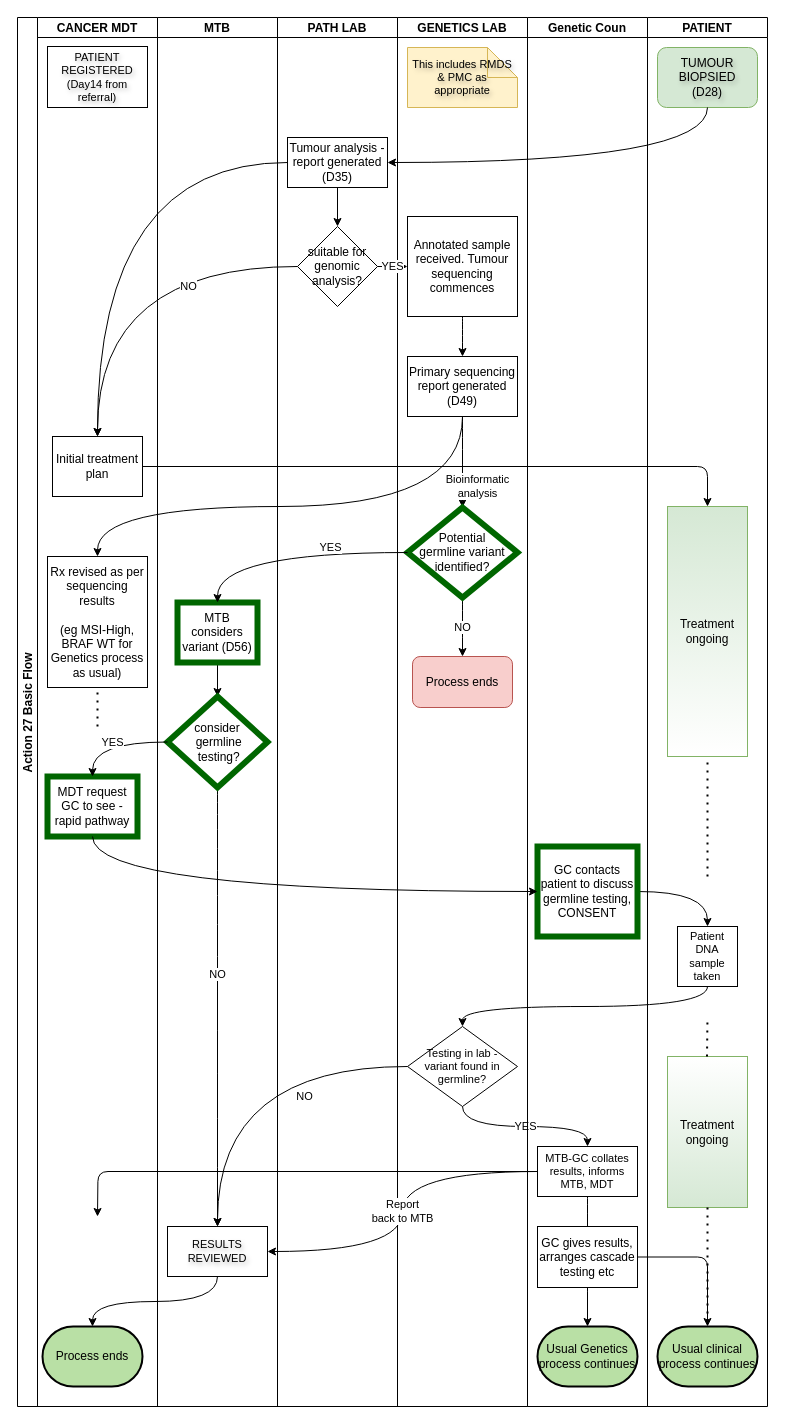
This is page "Page-2" (2 of 3) of BasicCancerFlow_Phase1.drawio from mckeelab/cancerflow, a draw.io file, before an edit. Source tidied: cells renumbered, new cells numbered last; positions are measured from the earlier drawing's top-left corner, leaving out a move shared by most shapes. Both pictures are drawn from the tidied source at 100%, with x=0, y=0 at pixel (17, 17).
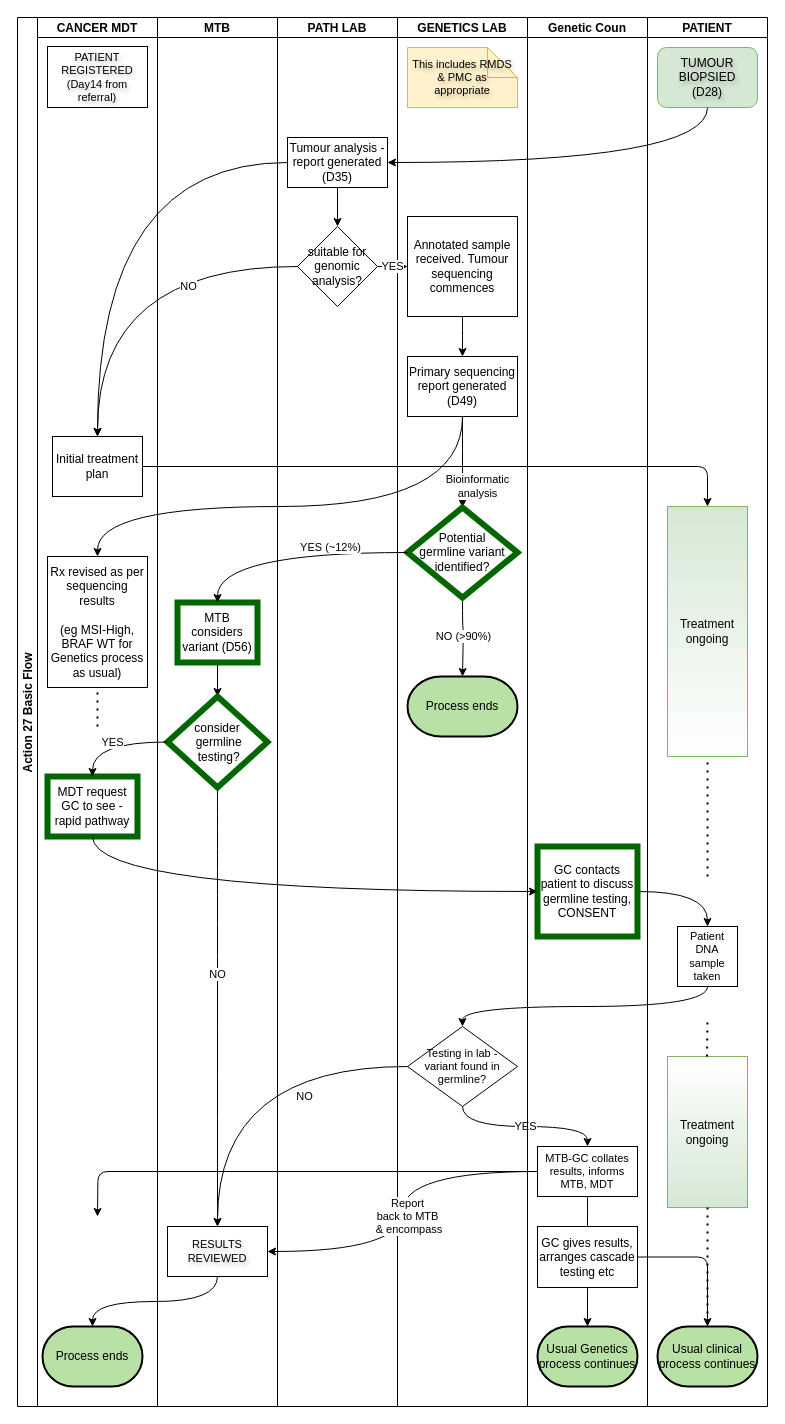
Above is the later version.

The change refers to these unchanged cells:
```xml
<mxCell id="11" value="MTB considers variant (D56)" style="rounded=0;whiteSpace=wrap;html=1;strokeColor=#006600;strokeWidth=6;align=center;verticalAlign=middle;fontFamily=Helvetica;fontSize=12;fontColor=default;fillColor=default;" parent="9" vertex="1">
  <mxGeometry x="20" y="585" width="80" height="60" as="geometry" />
</mxCell>
<mxCell id="14" value="RESULTS REVIEWED" style="rounded=0;whiteSpace=wrap;html=1;fontFamily=Helvetica;fontSize=11;labelBackgroundColor=none;textShadow=1;" parent="9" vertex="1">
  <mxGeometry x="10" y="1209" width="100" height="50" as="geometry" />
</mxCell>
<mxCell id="23" value="GENETICS LAB" style="swimlane;startSize=20;" parent="1" vertex="1">
  <mxGeometry x="380" width="130" height="1389" as="geometry" />
</mxCell>
<mxCell id="28" value="Potential &lt;br&gt;germline variant identified?" style="rhombus;whiteSpace=wrap;html=1;rounded=0;strokeColor=#006600;strokeWidth=6;align=center;verticalAlign=middle;fontFamily=Helvetica;fontSize=12;fontColor=default;fillColor=default;" parent="23" vertex="1">
  <mxGeometry x="10" y="490" width="110" height="90" as="geometry" />
</mxCell>
<mxCell id="51" value="MTB-GC collates results, informs MTB, MDT" style="rounded=0;whiteSpace=wrap;html=1;fontFamily=Helvetica;fontSize=11;fontColor=default;labelBackgroundColor=default;" parent="48" vertex="1">
  <mxGeometry x="10" y="1129" width="100" height="50" as="geometry" />
</mxCell>
```

What changed in the source:
```diff
@@
-    <mxCell id="27" value="NO" style="edgeStyle=orthogonalEdgeStyle;shape=connector;curved=1;rounded=0;jettySize=auto;html=1;strokeColor=default;align=center;verticalAlign=middle;fontFamily=Helvetica;fontSize=11;fontColor=default;labelBackgroundColor=default;endArrow=classic;" parent="23" edge="1" source="28" target="32">
-      <mxGeometry relative="1" as="geometry" />
+    <mxCell id="27" value="NO (&amp;gt;90%)" style="edgeStyle=orthogonalEdgeStyle;shape=connector;curved=1;rounded=0;jettySize=auto;html=1;strokeColor=default;align=center;verticalAlign=middle;fontFamily=Helvetica;fontSize=11;fontColor=default;labelBackgroundColor=default;endArrow=classic;entryX=0.5;entryY=0;entryDx=0;entryDy=0;entryPerimeter=0;" parent="23" edge="1" source="28" target="32">
+      <mxGeometry relative="1" as="geometry">
+        <Array as="points">
+          <mxPoint x="65" y="610" />
+          <mxPoint x="66" y="610" />
+        </Array>
+      </mxGeometry>
     </mxCell>
@@
-    <mxCell id="32" value="Process ends" style="whiteSpace=wrap;html=1;fillColor=#f8cecc;strokeColor=#b85450;rounded=1;" parent="23" vertex="1">
-      <mxGeometry x="15" y="639" width="100" height="51" as="geometry" />
+    <mxCell id="32" value="Process ends" style="strokeWidth=2;html=1;shape=mxgraph.flowchart.terminator;whiteSpace=wrap;fillColor=#B9E0A5;" parent="23" vertex="1">
+      <mxGeometry x="10" y="659" width="110" height="60" as="geometry" />
     </mxCell>
@@
-    <mxCell id="35" value="YES" style="edgeStyle=orthogonalEdgeStyle;rounded=0;jettySize=auto;html=1;exitX=0;exitY=0.5;exitDx=0;exitDy=0;entryX=0.5;entryY=0;entryDx=0;entryDy=0;curved=1;" parent="1" edge="1" source="28" target="11">
+    <mxCell id="35" value="YES (~12%)" style="edgeStyle=orthogonalEdgeStyle;rounded=0;jettySize=auto;html=1;exitX=0;exitY=0.5;exitDx=0;exitDy=0;entryX=0.5;entryY=0;entryDx=0;entryDy=0;curved=1;" parent="1" edge="1" source="28" target="11">
       <mxGeometry x="-0.36" y="-5" relative="1" as="geometry" />
     </mxCell>
@@
-    <mxCell id="56" value="Report&lt;br&gt;back to MTB" style="edgeStyle=orthogonalEdgeStyle;curved=1;rounded=0;jettySize=auto;html=1;exitX=0;exitY=0.5;exitDx=0;exitDy=0;entryX=1;entryY=0.5;entryDx=0;entryDy=0;strokeColor=default;align=center;verticalAlign=middle;fontFamily=Helvetica;fontSize=11;fontColor=default;labelBackgroundColor=default;endArrow=classic;" parent="1" edge="1" source="51" target="14">
-      <mxGeometry relative="1" as="geometry" />
+    <mxCell id="56" value="Report&lt;br&gt;back to MTB&lt;br&gt;&amp;nbsp;&amp;amp; encompass" style="edgeStyle=orthogonalEdgeStyle;curved=1;rounded=0;jettySize=auto;html=1;exitX=0;exitY=0.5;exitDx=0;exitDy=0;entryX=1;entryY=0.5;entryDx=0;entryDy=0;strokeColor=default;align=center;verticalAlign=middle;fontFamily=Helvetica;fontSize=11;fontColor=default;labelBackgroundColor=default;endArrow=classic;" parent="1" edge="1" source="51" target="14">
+      <mxGeometry x="0.03" y="5" relative="1" as="geometry" />
     </mxCell>
```
